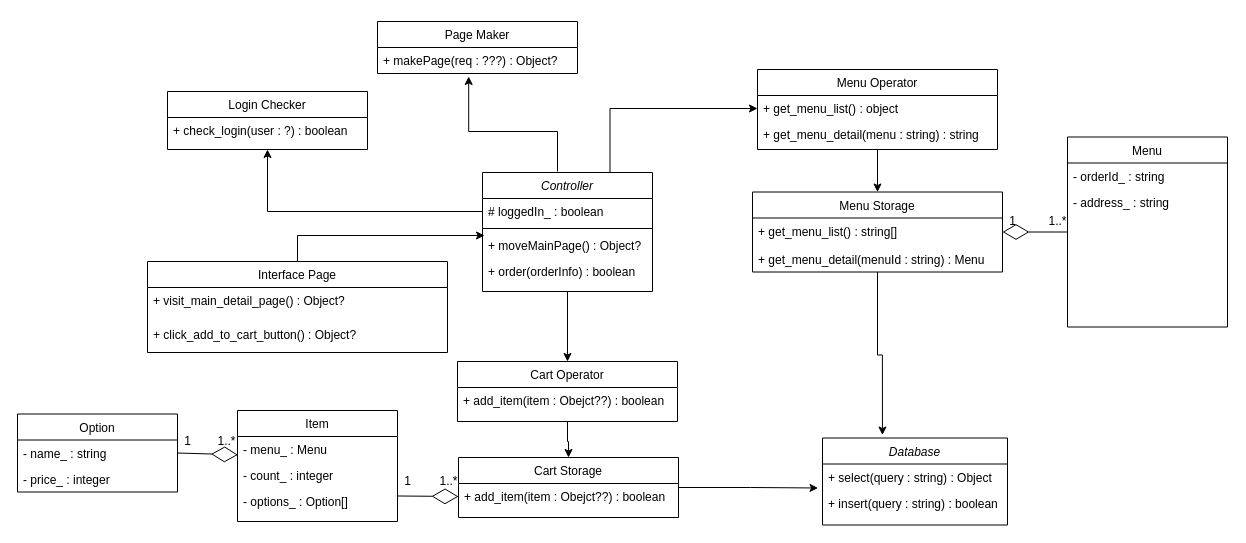
Above: docs/SubgroupA_pizzaorder/A-class-diagram/A-UC-1-class-diagram.drawio in cau-sw-engineering-2021/online-pizza-ordering-system (draw.io), before the change. Source tidied: cells renumbered, new cells numbered last; positions are measured from the earlier drawing's top-left corner, leaving out a move shared by most shapes. Both pictures are drawn from the tidied source at 100%, with x=0, y=0 at pixel (17, 21).
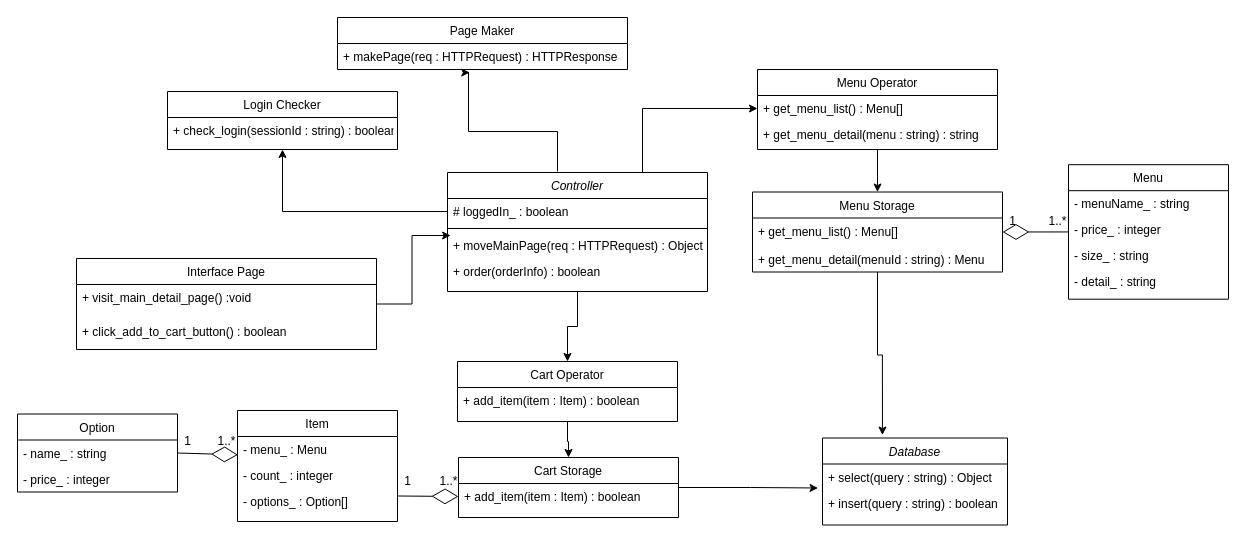
After the change.

Commit message (it also covers changes not shown here):
Update groupA diagram

update sequence A-UC-5, class A-UC1, A-UC5

The change refers to these unchanged cells:
```xml
<mxCell id="14" value="Menu Operator" style="swimlane;fontStyle=0;align=center;verticalAlign=top;horizontal=1;startSize=26;rounded=0;shadow=0;strokeWidth=1;" parent="1" vertex="1">
  <mxGeometry x="740" y="48" width="240" height="80" as="geometry" />
</mxCell>
<mxCell id="18" value="Cart Operator" style="swimlane;fontStyle=0;align=center;verticalAlign=top;horizontal=1;startSize=26;rounded=0;shadow=0;strokeWidth=1;" parent="1" vertex="1">
  <mxGeometry x="440" y="340" width="220" height="60" as="geometry" />
</mxCell>
<mxCell id="30" value="Menu Storage" style="swimlane;fontStyle=0;align=center;verticalAlign=top;horizontal=1;startSize=26;rounded=0;shadow=0;strokeWidth=1;" parent="1" vertex="1">
  <mxGeometry x="735" y="170.5" width="250" height="80" as="geometry" />
</mxCell>
<mxCell id="34" value="Cart Storage" style="swimlane;fontStyle=0;align=center;verticalAlign=top;horizontal=1;startSize=26;rounded=0;shadow=0;strokeWidth=1;" parent="1" vertex="1">
  <mxGeometry x="441" y="436" width="220" height="60" as="geometry" />
</mxCell>
```

What changed in the source:
```diff
@@
     <mxCell id="4" value="Controller" style="swimlane;fontStyle=2;align=center;verticalAlign=top;horizontal=1;startSize=26;rounded=0;shadow=0;strokeWidth=1;" parent="1" vertex="1">
-      <mxGeometry x="465" y="151" width="170" height="119" as="geometry" />
+      <mxGeometry x="430" y="151" width="260" height="119" as="geometry" />
     </mxCell>
     <mxCell id="5" value="# loggedIn_ : boolean" style="text;align=left;verticalAlign=top;spacingLeft=4;spacingRight=4;overflow=hidden;points=[[0,0.5],[1,0.5]];portConstraint=eastwest;" parent="4" vertex="1">
-      <mxGeometry y="26" width="170" height="26" as="geometry" />
+      <mxGeometry y="26" width="260" height="26" as="geometry" />
     </mxCell>
     <mxCell id="6" style="line;html=1;strokeWidth=1;align=left;verticalAlign=middle;spacingTop=-1;spacingLeft=3;spacingRight=3;labelPosition=right;" parent="4" vertex="1">
-      <mxGeometry y="52" width="170" height="8" as="geometry" />
+      <mxGeometry y="52" width="260" height="8" as="geometry" />
     </mxCell>
-    <mxCell id="7" value="+ moveMainPage() : Object?" style="text;align=left;verticalAlign=top;spacingLeft=4;spacingRight=4;overflow=hidden;points=[[0,0.5],[1,0.5]];portConstraint=eastwest;" parent="4" vertex="1">
-      <mxGeometry y="60" width="170" height="26" as="geometry" />
+    <mxCell id="7" value="+ moveMainPage(req : HTTPRequest) : Object" style="text;align=left;verticalAlign=top;spacingLeft=4;spacingRight=4;overflow=hidden;points=[[0,0.5],[1,0.5]];portConstraint=eastwest;" parent="4" vertex="1">
+      <mxGeometry y="60" width="260" height="26" as="geometry" />
     </mxCell>
     <mxCell id="8" value="+ order(orderInfo) : boolean" style="text;align=left;verticalAlign=top;spacingLeft=4;spacingRight=4;overflow=hidden;" parent="4" vertex="1">
-      <mxGeometry y="86" width="170" height="26" as="geometry" />
+      <mxGeometry y="86" width="260" height="26" as="geometry" />
     </mxCell>
     <mxCell id="9" value="Page Maker" style="swimlane;fontStyle=0;align=center;verticalAlign=top;horizontal=1;startSize=26;rounded=0;shadow=0;strokeWidth=1;" parent="1" vertex="1">
-      <mxGeometry x="360" width="200" height="52" as="geometry" />
+      <mxGeometry x="320" y="-4" width="290" height="52" as="geometry" />
     </mxCell>
-    <mxCell id="10" value="+ makePage(req : ???) : Object?" style="text;align=left;verticalAlign=top;spacingLeft=4;spacingRight=4;overflow=hidden;points=[[0,0.5],[1,0.5]];portConstraint=eastwest;" parent="9" vertex="1">
-      <mxGeometry y="26" width="200" height="26" as="geometry" />
+    <mxCell id="10" value="+ makePage(req : HTTPRequest) : HTTPResponse" style="text;align=left;verticalAlign=top;spacingLeft=4;spacingRight=4;overflow=hidden;points=[[0,0.5],[1,0.5]];portConstraint=eastwest;" parent="9" vertex="1">
+      <mxGeometry y="26" width="290" height="26" as="geometry" />
     </mxCell>
     <mxCell id="11" value="Login Checker" style="swimlane;fontStyle=0;align=center;verticalAlign=top;horizontal=1;startSize=26;rounded=0;shadow=0;strokeWidth=1;" parent="1" vertex="1">
-      <mxGeometry x="150" y="70" width="200" height="58" as="geometry" />
+      <mxGeometry x="150" y="70" width="230" height="58" as="geometry" />
     </mxCell>
-    <mxCell id="12" value="+ check_login(user : ?) : boolean" style="text;align=left;verticalAlign=top;spacingLeft=4;spacingRight=4;overflow=hidden;" parent="11" vertex="1">
-      <mxGeometry y="26" width="200" height="26" as="geometry" />
+    <mxCell id="12" value="+ check_login(sessionId : string) : boolean" style="text;align=left;verticalAlign=top;spacingLeft=4;spacingRight=4;overflow=hidden;" parent="11" vertex="1">
+      <mxGeometry y="26" width="230" height="26" as="geometry" />
     </mxCell>
@@
-    <mxCell id="15" value="+ get_menu_list() : object" style="text;align=left;verticalAlign=top;spacingLeft=4;spacingRight=4;overflow=hidden;points=[[0,0.5],[1,0.5]];portConstraint=eastwest;" parent="14" vertex="1">
+    <mxCell id="15" value="+ get_menu_list() : Menu[]" style="text;align=left;verticalAlign=top;spacingLeft=4;spacingRight=4;overflow=hidden;points=[[0,0.5],[1,0.5]];portConstraint=eastwest;" parent="14" vertex="1">
       <mxGeometry y="26" width="240" height="26" as="geometry" />
     </mxCell>
@@
-    <mxCell id="19" value="+ add_item(item : Obejct??) : boolean" style="text;align=left;verticalAlign=top;spacingLeft=4;spacingRight=4;overflow=hidden;" parent="18" vertex="1">
+    <mxCell id="19" value="+ add_item(item : Item) : boolean" style="text;align=left;verticalAlign=top;spacingLeft=4;spacingRight=4;overflow=hidden;" parent="18" vertex="1">
       <mxGeometry y="26" width="220" height="26" as="geometry" />
     </mxCell>
@@
     <mxCell id="21" value="Interface Page" style="swimlane;fontStyle=0;align=center;verticalAlign=top;horizontal=1;startSize=26;rounded=0;shadow=0;strokeWidth=1;" parent="1" vertex="1">
-      <mxGeometry x="130" y="240" width="300" height="91" as="geometry" />
+      <mxGeometry x="59" y="237" width="300" height="91" as="geometry" />
     </mxCell>
-    <mxCell id="22" value="+ visit_main_detail_page() : Object?&#10;" style="text;align=left;verticalAlign=top;spacingLeft=4;spacingRight=4;overflow=hidden;" parent="21" vertex="1">
+    <mxCell id="22" value="+ visit_main_detail_page() :void&#10;" style="text;align=left;verticalAlign=top;spacingLeft=4;spacingRight=4;overflow=hidden;" parent="21" vertex="1">
       <mxGeometry y="26" width="300" height="34" as="geometry" />
     </mxCell>
-    <mxCell id="23" value="+ click_add_to_cart_button() : Object?" style="text;align=left;verticalAlign=top;spacingLeft=4;spacingRight=4;overflow=hidden;" parent="21" vertex="1">
+    <mxCell id="23" value="+ click_add_to_cart_button() : boolean" style="text;align=left;verticalAlign=top;spacingLeft=4;spacingRight=4;overflow=hidden;" parent="21" vertex="1">
       <mxGeometry y="60" width="300" height="31" as="geometry" />
     </mxCell>
@@
-    <mxCell id="31" value="+ get_menu_list() : string[]" style="text;align=left;verticalAlign=top;spacingLeft=4;spacingRight=4;overflow=hidden;points=[[0,0.5],[1,0.5]];portConstraint=eastwest;" parent="30" vertex="1">
+    <mxCell id="31" value="+ get_menu_list() : Menu[]" style="text;align=left;verticalAlign=top;spacingLeft=4;spacingRight=4;overflow=hidden;points=[[0,0.5],[1,0.5]];portConstraint=eastwest;" parent="30" vertex="1">
       <mxGeometry y="26" width="250" height="28" as="geometry" />
     </mxCell>
@@
-    <mxCell id="35" value="+ add_item(item : Obejct??) : boolean" style="text;align=left;verticalAlign=top;spacingLeft=4;spacingRight=4;overflow=hidden;points=[[0,0.5],[1,0.5]];portConstraint=eastwest;" parent="34" vertex="1">
+    <mxCell id="35" value="+ add_item(item : Item) : boolean" style="text;align=left;verticalAlign=top;spacingLeft=4;spacingRight=4;overflow=hidden;points=[[0,0.5],[1,0.5]];portConstraint=eastwest;" parent="34" vertex="1">
       <mxGeometry y="26" width="220" height="26" as="geometry" />
     </mxCell>
@@
     <mxCell id="40" value="Menu" style="swimlane;fontStyle=0;align=center;verticalAlign=top;horizontal=1;startSize=26;rounded=0;shadow=0;strokeWidth=1;" parent="1" vertex="1">
-      <mxGeometry x="1050" y="115.5" width="160" height="190" as="geometry" />
+      <mxGeometry x="1051" y="143.2" width="160" height="134.5" as="geometry" />
     </mxCell>
-    <mxCell id="41" value="- orderId_ : string" style="text;align=left;verticalAlign=top;spacingLeft=4;spacingRight=4;overflow=hidden;" parent="40" vertex="1">
+    <mxCell id="41" value="- menuName_ : string" style="text;align=left;verticalAlign=top;spacingLeft=4;spacingRight=4;overflow=hidden;" parent="40" vertex="1">
       <mxGeometry y="26" width="160" height="26" as="geometry" />
     </mxCell>
-    <mxCell id="42" value="- address_ : string" style="text;align=left;verticalAlign=top;spacingLeft=4;spacingRight=4;overflow=hidden;" parent="40" vertex="1">
+    <mxCell id="42" value="- price_ : integer" style="text;align=left;verticalAlign=top;spacingLeft=4;spacingRight=4;overflow=hidden;" parent="40" vertex="1">
       <mxGeometry y="52" width="160" height="26" as="geometry" />
     </mxCell>
+    <mxCell id="55" value="- size_ : string" style="text;align=left;verticalAlign=top;spacingLeft=4;spacingRight=4;overflow=hidden;" parent="40" vertex="1">
+      <mxGeometry y="78" width="160" height="26" as="geometry" />
+    </mxCell>
+    <mxCell id="56" value="- detail_ : string" style="text;align=left;verticalAlign=top;spacingLeft=4;spacingRight=4;overflow=hidden;" parent="40" vertex="1">
+      <mxGeometry y="104" width="160" height="26" as="geometry" />
+    </mxCell>
```
